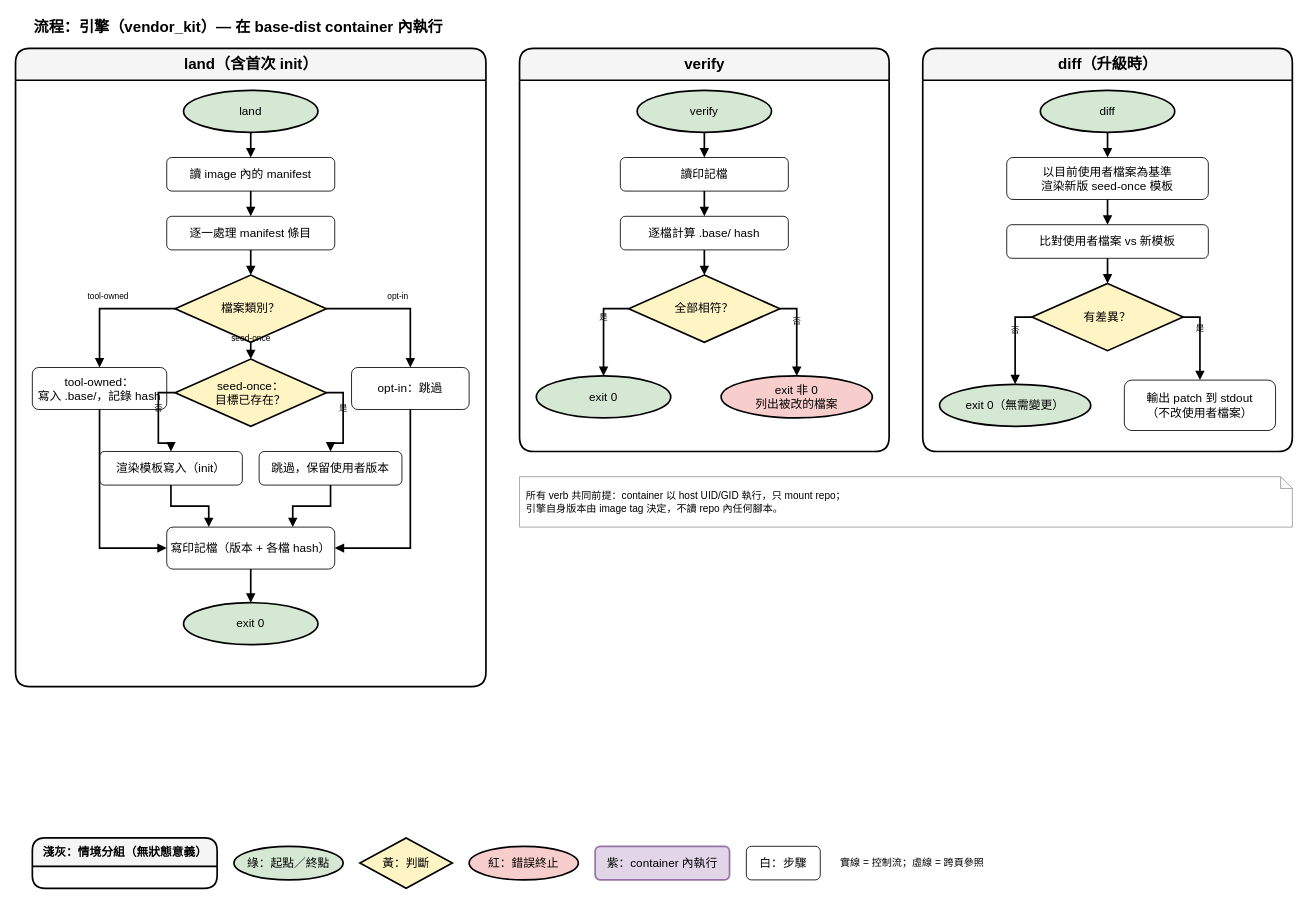
ycpss91255-research/vendor_kit keeps this draw.io diagram as page "4. 流程：安裝工具" (4 of 4) of dist_distribution.drawio. Above is the earlier version. Source tidied: cells renumbered, new cells numbered last; positions are measured from the earlier drawing's top-left corner, leaving out a move shared by most shapes. Both pictures are drawn from the tidied source at 84%, with x=0, y=0 at pixel (15, 14).
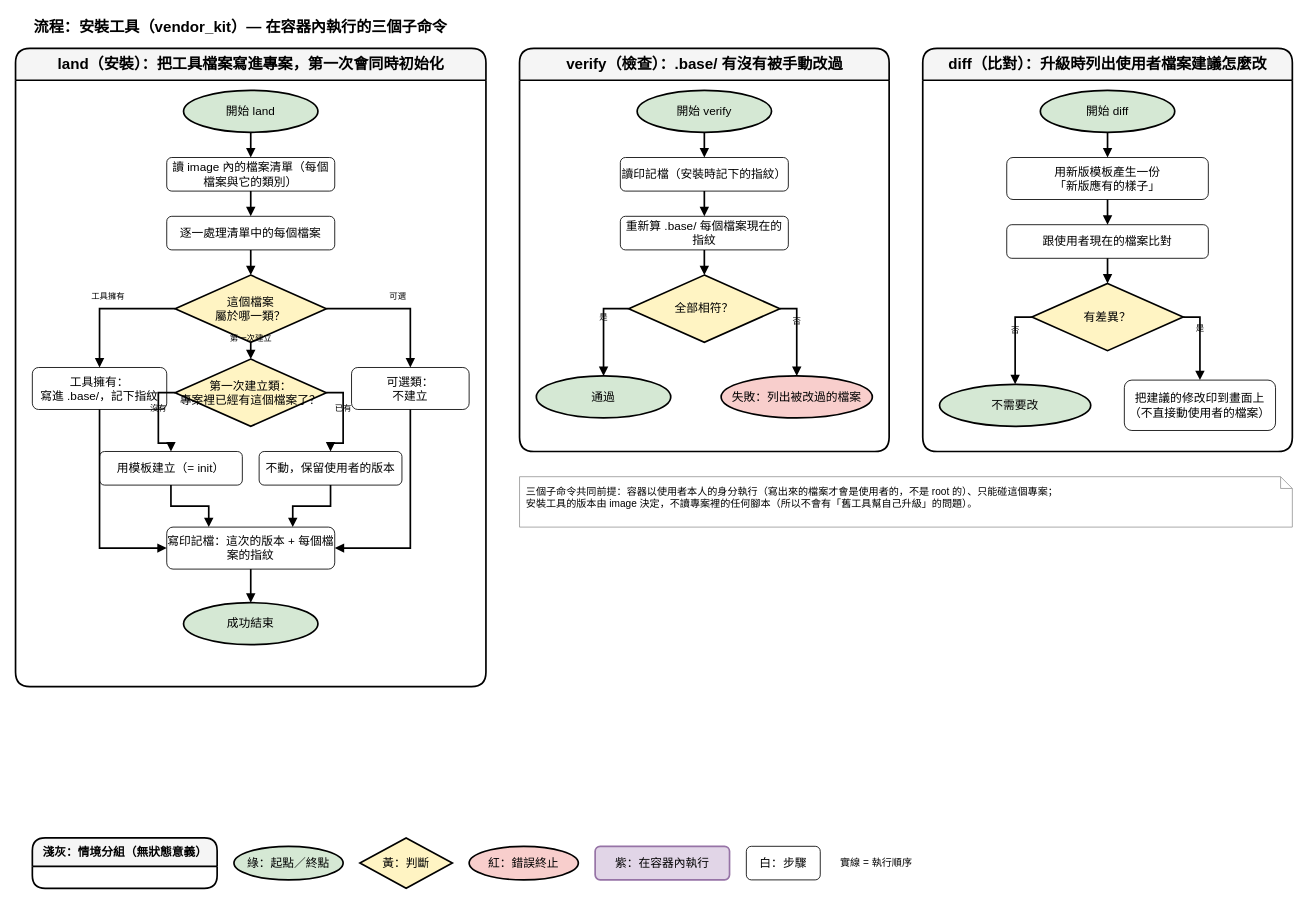
The same page after the edit.

The edit, as a diff of the source:
```diff
@@
-    <mxCell id="2" value="流程：引擎（vendor_kit）— 在 base-dist container 內執行" style="text;html=1;fontSize=18;fontStyle=1;align=left;verticalAlign=middle;" parent="1" vertex="1">
+    <mxCell id="2" value="流程：安裝工具（vendor_kit）— 在容器內執行的三個子命令" style="text;html=1;fontSize=18;fontStyle=1;align=left;verticalAlign=middle;" parent="1" vertex="1">
       <mxGeometry x="20" width="900" height="30" as="geometry" />
     </mxCell>
-    <mxCell id="3" value="land（含首次 init）" style="swimlane;html=1;rounded=1;startSize=38;fontStyle=1;fontSize=18;fillColor=#f5f5f5;swimlaneFillColor=#ffffff;strokeColor=#000000;strokeWidth=2;" parent="1" vertex="1">
+    <mxCell id="3" value="land（安裝）：把工具檔案寫進專案，第一次會同時初始化" style="swimlane;html=1;rounded=1;startSize=38;fontStyle=1;fontSize=18;fillColor=#f5f5f5;swimlaneFillColor=#ffffff;strokeColor=#000000;strokeWidth=2;" parent="1" vertex="1">
       <mxGeometry y="40" width="560" height="760" as="geometry" />
     </mxCell>
-    <mxCell id="4" value="land" style="ellipse;whiteSpace=wrap;html=1;fillColor=#d5e8d4;strokeColor=#000000;strokeWidth=2;fontSize=14;" parent="3" vertex="1">
+    <mxCell id="4" value="開始 land" style="ellipse;whiteSpace=wrap;html=1;fillColor=#d5e8d4;strokeColor=#000000;strokeWidth=2;fontSize=14;" parent="3" vertex="1">
       <mxGeometry x="200" y="50" width="160" height="50" as="geometry" />
     </mxCell>
-    <mxCell id="5" value="讀 image 內的 manifest" style="rounded=1;whiteSpace=wrap;html=1;fillColor=#ffffff;strokeColor=light-dark(#000000,#9577A3);fontSize=14;strokeWidth=1;" parent="3" vertex="1">
+    <mxCell id="5" value="讀 image 內的檔案清單（每個檔案與它的類別）" style="rounded=1;whiteSpace=wrap;html=1;fillColor=#ffffff;strokeColor=light-dark(#000000,#9577A3);fontSize=14;strokeWidth=1;" parent="3" vertex="1">
       <mxGeometry x="180" y="130" width="200" height="40" as="geometry" />
     </mxCell>
-    <mxCell id="6" value="逐一處理 manifest 條目" style="rounded=1;whiteSpace=wrap;html=1;fillColor=#ffffff;strokeColor=light-dark(#000000,#9577A3);fontSize=14;strokeWidth=1;" parent="3" vertex="1">
+    <mxCell id="6" value="逐一處理清單中的每個檔案" style="rounded=1;whiteSpace=wrap;html=1;fillColor=#ffffff;strokeColor=light-dark(#000000,#9577A3);fontSize=14;strokeWidth=1;" parent="3" vertex="1">
       <mxGeometry x="180" y="200" width="200" height="40" as="geometry" />
     </mxCell>
-    <mxCell id="7" value="檔案類別？" style="rhombus;whiteSpace=wrap;html=1;fillColor=#FFF4C3;strokeColor=#000000;strokeWidth=2;fontSize=14;" parent="3" vertex="1">
+    <mxCell id="7" value="這個檔案&lt;br&gt;屬於哪一類？" style="rhombus;whiteSpace=wrap;html=1;fillColor=#FFF4C3;strokeColor=#000000;strokeWidth=2;fontSize=14;" parent="3" vertex="1">
       <mxGeometry x="190" y="270" width="180" height="80" as="geometry" />
     </mxCell>
-    <mxCell id="8" value="tool-owned：&lt;br&gt;寫入 .base/，記錄 hash" style="rounded=1;whiteSpace=wrap;html=1;fillColor=#ffffff;strokeColor=light-dark(#000000,#9577A3);fontSize=14;strokeWidth=1;" parent="3" vertex="1">
+    <mxCell id="8" value="工具擁有：&lt;br&gt;寫進 .base/，記下指紋" style="rounded=1;whiteSpace=wrap;html=1;fillColor=#ffffff;strokeColor=light-dark(#000000,#9577A3);fontSize=14;strokeWidth=1;" parent="3" vertex="1">
       <mxGeometry x="20" y="380" width="160" height="50" as="geometry" />
     </mxCell>
-    <mxCell id="9" value="seed-once：&lt;br&gt;目標已存在？" style="rhombus;whiteSpace=wrap;html=1;fillColor=#FFF4C3;strokeColor=#000000;strokeWidth=2;fontSize=14;" parent="3" vertex="1">
+    <mxCell id="9" value="第一次建立類：&lt;br&gt;專案裡已經有這個檔案了？" style="rhombus;whiteSpace=wrap;html=1;fillColor=#FFF4C3;strokeColor=#000000;strokeWidth=2;fontSize=14;" parent="3" vertex="1">
       <mxGeometry x="190" y="370" width="180" height="80" as="geometry" />
     </mxCell>
-    <mxCell id="10" value="opt-in：跳過" style="rounded=1;whiteSpace=wrap;html=1;fillColor=#ffffff;strokeColor=light-dark(#000000,#9577A3);fontSize=14;strokeWidth=1;" parent="3" vertex="1">
+    <mxCell id="10" value="可選類：&lt;br&gt;不建立" style="rounded=1;whiteSpace=wrap;html=1;fillColor=#ffffff;strokeColor=light-dark(#000000,#9577A3);fontSize=14;strokeWidth=1;" parent="3" vertex="1">
       <mxGeometry x="400" y="380" width="140" height="50" as="geometry" />
     </mxCell>
-    <mxCell id="11" value="渲染模板寫入（init）" style="rounded=1;whiteSpace=wrap;html=1;fillColor=#ffffff;strokeColor=light-dark(#000000,#9577A3);fontSize=14;strokeWidth=1;" parent="3" vertex="1">
+    <mxCell id="11" value="用模板建立（= init）" style="rounded=1;whiteSpace=wrap;html=1;fillColor=#ffffff;strokeColor=light-dark(#000000,#9577A3);fontSize=14;strokeWidth=1;" parent="3" vertex="1">
       <mxGeometry x="100" y="480" width="170" height="40" as="geometry" />
     </mxCell>
-    <mxCell id="12" value="跳過，保留使用者版本" style="rounded=1;whiteSpace=wrap;html=1;fillColor=#ffffff;strokeColor=light-dark(#000000,#9577A3);fontSize=14;strokeWidth=1;" parent="3" vertex="1">
+    <mxCell id="12" value="不動，保留使用者的版本" style="rounded=1;whiteSpace=wrap;html=1;fillColor=#ffffff;strokeColor=light-dark(#000000,#9577A3);fontSize=14;strokeWidth=1;" parent="3" vertex="1">
       <mxGeometry x="290" y="480" width="170" height="40" as="geometry" />
     </mxCell>
-    <mxCell id="13" value="寫印記檔（版本 + 各檔 hash）" style="rounded=1;whiteSpace=wrap;html=1;fillColor=#ffffff;strokeColor=light-dark(#000000,#9577A3);fontSize=14;strokeWidth=1;" parent="3" vertex="1">
+    <mxCell id="13" value="寫印記檔：這次的版本 + 每個檔案的指紋" style="rounded=1;whiteSpace=wrap;html=1;fillColor=#ffffff;strokeColor=light-dark(#000000,#9577A3);fontSize=14;strokeWidth=1;" parent="3" vertex="1">
       <mxGeometry x="180" y="570" width="200" height="50" as="geometry" />
     </mxCell>
-    <mxCell id="14" value="exit 0" style="ellipse;whiteSpace=wrap;html=1;fillColor=#d5e8d4;strokeColor=#000000;strokeWidth=2;fontSize=14;" parent="3" vertex="1">
+    <mxCell id="14" value="成功結束" style="ellipse;whiteSpace=wrap;html=1;fillColor=#d5e8d4;strokeColor=#000000;strokeWidth=2;fontSize=14;" parent="3" vertex="1">
       <mxGeometry x="200" y="660" width="160" height="50" as="geometry" />
     </mxCell>
@@
-    <mxCell id="18" value="tool-owned" style="edgeStyle=orthogonalEdgeStyle;rounded=0;jettySize=auto;html=1;strokeColor=default;strokeWidth=2;align=center;verticalAlign=bottom;spacingBottom=6;fontFamily=Helvetica;fontSize=10;fontColor=default;labelBorderColor=none;labelBackgroundColor=none;endArrow=block;endFill=1;exitX=0;exitY=0.5;exitDx=0;exitDy=0;entryX=0.5;entryY=0;entryDx=0;entryDy=0;" parent="1" edge="1" source="7" target="8">
+    <mxCell id="18" value="工具擁有" style="edgeStyle=orthogonalEdgeStyle;rounded=0;jettySize=auto;html=1;strokeColor=default;strokeWidth=2;align=center;verticalAlign=bottom;spacingBottom=6;fontFamily=Helvetica;fontSize=10;fontColor=default;labelBorderColor=none;labelBackgroundColor=none;endArrow=block;endFill=1;exitX=0;exitY=0.5;exitDx=0;exitDy=0;entryX=0.5;entryY=0;entryDx=0;entryDy=0;" parent="1" edge="1" source="7" target="8">
       <mxGeometry relative="1" as="geometry" />
     </mxCell>
-    <mxCell id="19" value="seed-once" style="edgeStyle=orthogonalEdgeStyle;rounded=0;jettySize=auto;html=1;strokeColor=default;strokeWidth=2;align=center;verticalAlign=bottom;spacingBottom=6;fontFamily=Helvetica;fontSize=10;fontColor=default;labelBorderColor=none;labelBackgroundColor=none;endArrow=block;endFill=1;exitX=0.5;exitY=1;exitDx=0;exitDy=0;entryX=0.5;entryY=0;entryDx=0;entryDy=0;" parent="1" edge="1" source="7" target="9">
+    <mxCell id="19" value="第一次建立" style="edgeStyle=orthogonalEdgeStyle;rounded=0;jettySize=auto;html=1;strokeColor=default;strokeWidth=2;align=center;verticalAlign=bottom;spacingBottom=6;fontFamily=Helvetica;fontSize=10;fontColor=default;labelBorderColor=none;labelBackgroundColor=none;endArrow=block;endFill=1;exitX=0.5;exitY=1;exitDx=0;exitDy=0;entryX=0.5;entryY=0;entryDx=0;entryDy=0;" parent="1" edge="1" source="7" target="9">
       <mxGeometry relative="1" as="geometry" />
     </mxCell>
-    <mxCell id="20" value="opt-in" style="edgeStyle=orthogonalEdgeStyle;rounded=0;jettySize=auto;html=1;strokeColor=default;strokeWidth=2;align=center;verticalAlign=bottom;spacingBottom=6;fontFamily=Helvetica;fontSize=10;fontColor=default;labelBorderColor=none;labelBackgroundColor=none;endArrow=block;endFill=1;exitX=1;exitY=0.5;exitDx=0;exitDy=0;entryX=0.5;entryY=0;entryDx=0;entryDy=0;" parent="1" edge="1" source="7" target="10">
+    <mxCell id="20" value="可選" style="edgeStyle=orthogonalEdgeStyle;rounded=0;jettySize=auto;html=1;strokeColor=default;strokeWidth=2;align=center;verticalAlign=bottom;spacingBottom=6;fontFamily=Helvetica;fontSize=10;fontColor=default;labelBorderColor=none;labelBackgroundColor=none;endArrow=block;endFill=1;exitX=1;exitY=0.5;exitDx=0;exitDy=0;entryX=0.5;entryY=0;entryDx=0;entryDy=0;" parent="1" edge="1" source="7" target="10">
       <mxGeometry relative="1" as="geometry" />
     </mxCell>
-    <mxCell id="21" value="否" style="edgeStyle=orthogonalEdgeStyle;rounded=0;jettySize=auto;html=1;strokeColor=default;strokeWidth=2;align=center;verticalAlign=bottom;spacingBottom=6;fontFamily=Helvetica;fontSize=10;fontColor=default;labelBorderColor=none;labelBackgroundColor=none;endArrow=block;endFill=1;exitX=0;exitY=0.5;exitDx=0;exitDy=0;entryX=0.5;entryY=0;entryDx=0;entryDy=0;" parent="1" edge="1" source="9" target="11">
+    <mxCell id="21" value="沒有" style="edgeStyle=orthogonalEdgeStyle;rounded=0;jettySize=auto;html=1;strokeColor=default;strokeWidth=2;align=center;verticalAlign=bottom;spacingBottom=6;fontFamily=Helvetica;fontSize=10;fontColor=default;labelBorderColor=none;labelBackgroundColor=none;endArrow=block;endFill=1;exitX=0;exitY=0.5;exitDx=0;exitDy=0;entryX=0.5;entryY=0;entryDx=0;entryDy=0;" parent="1" edge="1" source="9" target="11">
       <mxGeometry relative="1" as="geometry" />
     </mxCell>
-    <mxCell id="22" value="是" style="edgeStyle=orthogonalEdgeStyle;rounded=0;jettySize=auto;html=1;strokeColor=default;strokeWidth=2;align=center;verticalAlign=bottom;spacingBottom=6;fontFamily=Helvetica;fontSize=10;fontColor=default;labelBorderColor=none;labelBackgroundColor=none;endArrow=block;endFill=1;exitX=1;exitY=0.5;exitDx=0;exitDy=0;entryX=0.5;entryY=0;entryDx=0;entryDy=0;" parent="1" edge="1" source="9" target="12">
+    <mxCell id="22" value="已有" style="edgeStyle=orthogonalEdgeStyle;rounded=0;jettySize=auto;html=1;strokeColor=default;strokeWidth=2;align=center;verticalAlign=bottom;spacingBottom=6;fontFamily=Helvetica;fontSize=10;fontColor=default;labelBorderColor=none;labelBackgroundColor=none;endArrow=block;endFill=1;exitX=1;exitY=0.5;exitDx=0;exitDy=0;entryX=0.5;entryY=0;entryDx=0;entryDy=0;" parent="1" edge="1" source="9" target="12">
       <mxGeometry relative="1" as="geometry" />
     </mxCell>
@@
-    <mxCell id="28" value="verify" style="swimlane;html=1;rounded=1;startSize=38;fontStyle=1;fontSize=18;fillColor=#f5f5f5;swimlaneFillColor=#ffffff;strokeColor=#000000;strokeWidth=2;" parent="1" vertex="1">
+    <mxCell id="28" value="verify（檢查）：.base/ 有沒有被手動改過" style="swimlane;html=1;rounded=1;startSize=38;fontStyle=1;fontSize=18;fillColor=#f5f5f5;swimlaneFillColor=#ffffff;strokeColor=#000000;strokeWidth=2;" parent="1" vertex="1">
       <mxGeometry x="600" y="40" width="440" height="480" as="geometry" />
     </mxCell>
-    <mxCell id="29" value="verify" style="ellipse;whiteSpace=wrap;html=1;fillColor=#d5e8d4;strokeColor=#000000;strokeWidth=2;fontSize=14;" parent="28" vertex="1">
+    <mxCell id="29" value="開始 verify" style="ellipse;whiteSpace=wrap;html=1;fillColor=#d5e8d4;strokeColor=#000000;strokeWidth=2;fontSize=14;" parent="28" vertex="1">
       <mxGeometry x="140" y="50" width="160" height="50" as="geometry" />
     </mxCell>
-    <mxCell id="30" value="讀印記檔" style="rounded=1;whiteSpace=wrap;html=1;fillColor=#ffffff;strokeColor=light-dark(#000000,#9577A3);fontSize=14;strokeWidth=1;" parent="28" vertex="1">
+    <mxCell id="30" value="讀印記檔（安裝時記下的指紋）" style="rounded=1;whiteSpace=wrap;html=1;fillColor=#ffffff;strokeColor=light-dark(#000000,#9577A3);fontSize=14;strokeWidth=1;" parent="28" vertex="1">
       <mxGeometry x="120" y="130" width="200" height="40" as="geometry" />
     </mxCell>
-    <mxCell id="31" value="逐檔計算 .base/ hash" style="rounded=1;whiteSpace=wrap;html=1;fillColor=#ffffff;strokeColor=light-dark(#000000,#9577A3);fontSize=14;strokeWidth=1;" parent="28" vertex="1">
+    <mxCell id="31" value="重新算 .base/ 每個檔案現在的指紋" style="rounded=1;whiteSpace=wrap;html=1;fillColor=#ffffff;strokeColor=light-dark(#000000,#9577A3);fontSize=14;strokeWidth=1;" parent="28" vertex="1">
       <mxGeometry x="120" y="200" width="200" height="40" as="geometry" />
     </mxCell>
@@
-    <mxCell id="33" value="exit 0" style="ellipse;whiteSpace=wrap;html=1;fillColor=#d5e8d4;strokeColor=#000000;strokeWidth=2;fontSize=14;" parent="28" vertex="1">
+    <mxCell id="33" value="通過" style="ellipse;whiteSpace=wrap;html=1;fillColor=#d5e8d4;strokeColor=#000000;strokeWidth=2;fontSize=14;" parent="28" vertex="1">
       <mxGeometry x="20" y="390" width="160" height="50" as="geometry" />
     </mxCell>
-    <mxCell id="34" value="exit 非 0&lt;br&gt;列出被改的檔案" style="ellipse;whiteSpace=wrap;html=1;fillColor=#f8cecc;strokeColor=#000000;strokeWidth=2;fontSize=14;" parent="28" vertex="1">
+    <mxCell id="34" value="失敗：列出被改過的檔案" style="ellipse;whiteSpace=wrap;html=1;fillColor=#f8cecc;strokeColor=#000000;strokeWidth=2;fontSize=14;" parent="28" vertex="1">
       <mxGeometry x="240" y="390" width="180" height="50" as="geometry" />
     </mxCell>
@@
-    <mxCell id="40" value="diff（升級時）" style="swimlane;html=1;rounded=1;startSize=38;fontStyle=1;fontSize=18;fillColor=#f5f5f5;swimlaneFillColor=#ffffff;strokeColor=#000000;strokeWidth=2;" parent="1" vertex="1">
+    <mxCell id="40" value="diff（比對）：升級時列出使用者檔案建議怎麼改" style="swimlane;html=1;rounded=1;startSize=38;fontStyle=1;fontSize=18;fillColor=#f5f5f5;swimlaneFillColor=#ffffff;strokeColor=#000000;strokeWidth=2;" parent="1" vertex="1">
       <mxGeometry x="1080" y="40" width="440" height="480" as="geometry" />
     </mxCell>
-    <mxCell id="41" value="diff" style="ellipse;whiteSpace=wrap;html=1;fillColor=#d5e8d4;strokeColor=#000000;strokeWidth=2;fontSize=14;" parent="40" vertex="1">
+    <mxCell id="41" value="開始 diff" style="ellipse;whiteSpace=wrap;html=1;fillColor=#d5e8d4;strokeColor=#000000;strokeWidth=2;fontSize=14;" parent="40" vertex="1">
       <mxGeometry x="140" y="50" width="160" height="50" as="geometry" />
     </mxCell>
-    <mxCell id="42" value="以目前使用者檔案為基準&lt;br&gt;渲染新版 seed-once 模板" style="rounded=1;whiteSpace=wrap;html=1;fillColor=#ffffff;strokeColor=light-dark(#000000,#9577A3);fontSize=14;strokeWidth=1;" parent="40" vertex="1">
+    <mxCell id="42" value="用新版模板產生一份&lt;br&gt;「新版應有的樣子」" style="rounded=1;whiteSpace=wrap;html=1;fillColor=#ffffff;strokeColor=light-dark(#000000,#9577A3);fontSize=14;strokeWidth=1;" parent="40" vertex="1">
       <mxGeometry x="100" y="130" width="240" height="50" as="geometry" />
     </mxCell>
-    <mxCell id="43" value="比對使用者檔案 vs 新模板" style="rounded=1;whiteSpace=wrap;html=1;fillColor=#ffffff;strokeColor=light-dark(#000000,#9577A3);fontSize=14;strokeWidth=1;" parent="40" vertex="1">
+    <mxCell id="43" value="跟使用者現在的檔案比對" style="rounded=1;whiteSpace=wrap;html=1;fillColor=#ffffff;strokeColor=light-dark(#000000,#9577A3);fontSize=14;strokeWidth=1;" parent="40" vertex="1">
       <mxGeometry x="100" y="210" width="240" height="40" as="geometry" />
     </mxCell>
@@
-    <mxCell id="45" value="exit 0（無需變更）" style="ellipse;whiteSpace=wrap;html=1;fillColor=#d5e8d4;strokeColor=#000000;strokeWidth=2;fontSize=14;" parent="40" vertex="1">
+    <mxCell id="45" value="不需要改" style="ellipse;whiteSpace=wrap;html=1;fillColor=#d5e8d4;strokeColor=#000000;strokeWidth=2;fontSize=14;" parent="40" vertex="1">
       <mxGeometry x="20" y="400" width="180" height="50" as="geometry" />
     </mxCell>
-    <mxCell id="46" value="輸出 patch 到 stdout&lt;br&gt;（不改使用者檔案）" style="rounded=1;whiteSpace=wrap;html=1;fillColor=#ffffff;strokeColor=light-dark(#000000,#9577A3);fontSize=14;strokeWidth=1;" parent="40" vertex="1">
+    <mxCell id="46" value="把建議的修改印到畫面上&lt;br&gt;（不直接動使用者的檔案）" style="rounded=1;whiteSpace=wrap;html=1;fillColor=#ffffff;strokeColor=light-dark(#000000,#9577A3);fontSize=14;strokeWidth=1;" parent="40" vertex="1">
       <mxGeometry x="240" y="395" width="180" height="60" as="geometry" />
     </mxCell>
@@
-    <mxCell id="52" value="所有 verb 共同前提：container 以 host UID/GID 執行，只 mount repo；&lt;br&gt;引擎自身版本由 image tag 決定，不讀 repo 內任何腳本。" style="shape=note;whiteSpace=wrap;html=1;size=14;fillColor=#ffffff;strokeColor=#999999;align=left;spacingLeft=6;fontSize=12;" parent="1" vertex="1">
+    <mxCell id="52" value="三個子命令共同前提：容器以使用者本人的身分執行（寫出來的檔案才會是使用者的，不是 root 的）、只能碰這個專案；&lt;br&gt;安裝工具的版本由 image 決定，不讀專案裡的任何腳本（所以不會有「舊工具幫自己升級」的問題）。" style="shape=note;whiteSpace=wrap;html=1;size=14;fillColor=#ffffff;strokeColor=#999999;align=left;verticalAlign=top;spacingLeft=6;spacingTop=4;fontSize=12;" parent="1" vertex="1">
       <mxGeometry x="600" y="550" width="920" height="60" as="geometry" />
     </mxCell>
@@
-    <mxCell id="57" value="紫：container 內執行" style="rounded=1;whiteSpace=wrap;html=1;fillColor=#e1d5e7;strokeColor=#9673a6;fontSize=14;strokeWidth=2;" parent="1" vertex="1">
+    <mxCell id="57" value="紫：在容器內執行" style="rounded=1;whiteSpace=wrap;html=1;fillColor=#e1d5e7;strokeColor=#9673a6;fontSize=14;strokeWidth=2;" parent="1" vertex="1">
       <mxGeometry x="690" y="990" width="160" height="40" as="geometry" />
     </mxCell>
@@
-    <mxCell id="59" value="實線 = 控制流；虛線 = 跨頁參照" style="text;html=1;whiteSpace=wrap;align=center;verticalAlign=middle;fontSize=12;strokeColor=none;fillColor=none;align=left;" parent="1" vertex="1">
+    <mxCell id="59" value="實線 = 執行順序" style="text;html=1;whiteSpace=wrap;align=center;verticalAlign=middle;fontSize=12;strokeColor=none;fillColor=none;align=left;" parent="1" vertex="1">
       <mxGeometry x="980" y="980" width="260" height="60" as="geometry" />
     </mxCell>
```
